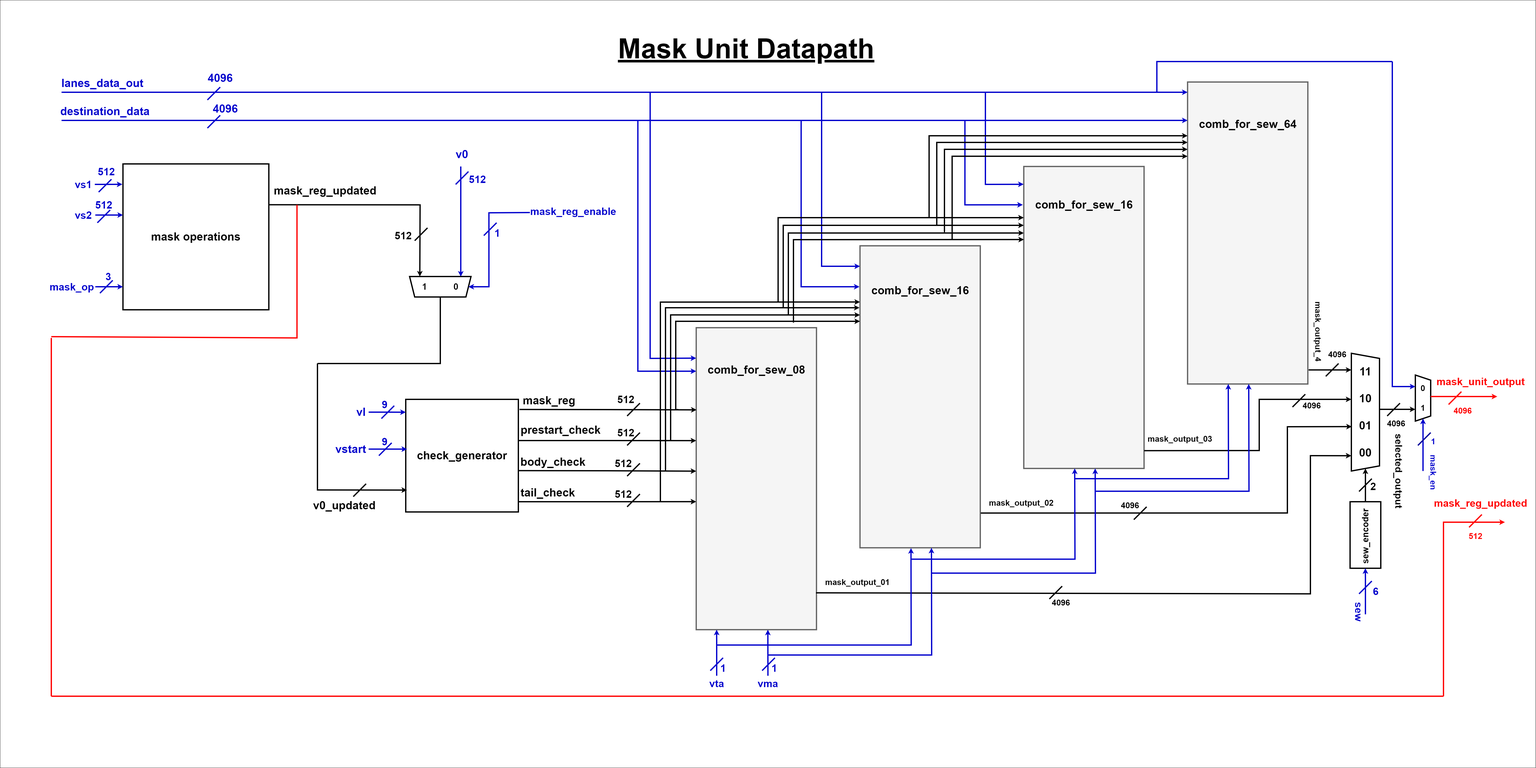
The draw.io diagram docs/maskunit_docs/vector_mask_unit_datapath.png in Fazail333/Vector-Co-processor, before a commit. Source tidied: cells renumbered, new cells last; positions are measured from the earlier drawing's top-left corner, leaving out a move shared by most shapes.
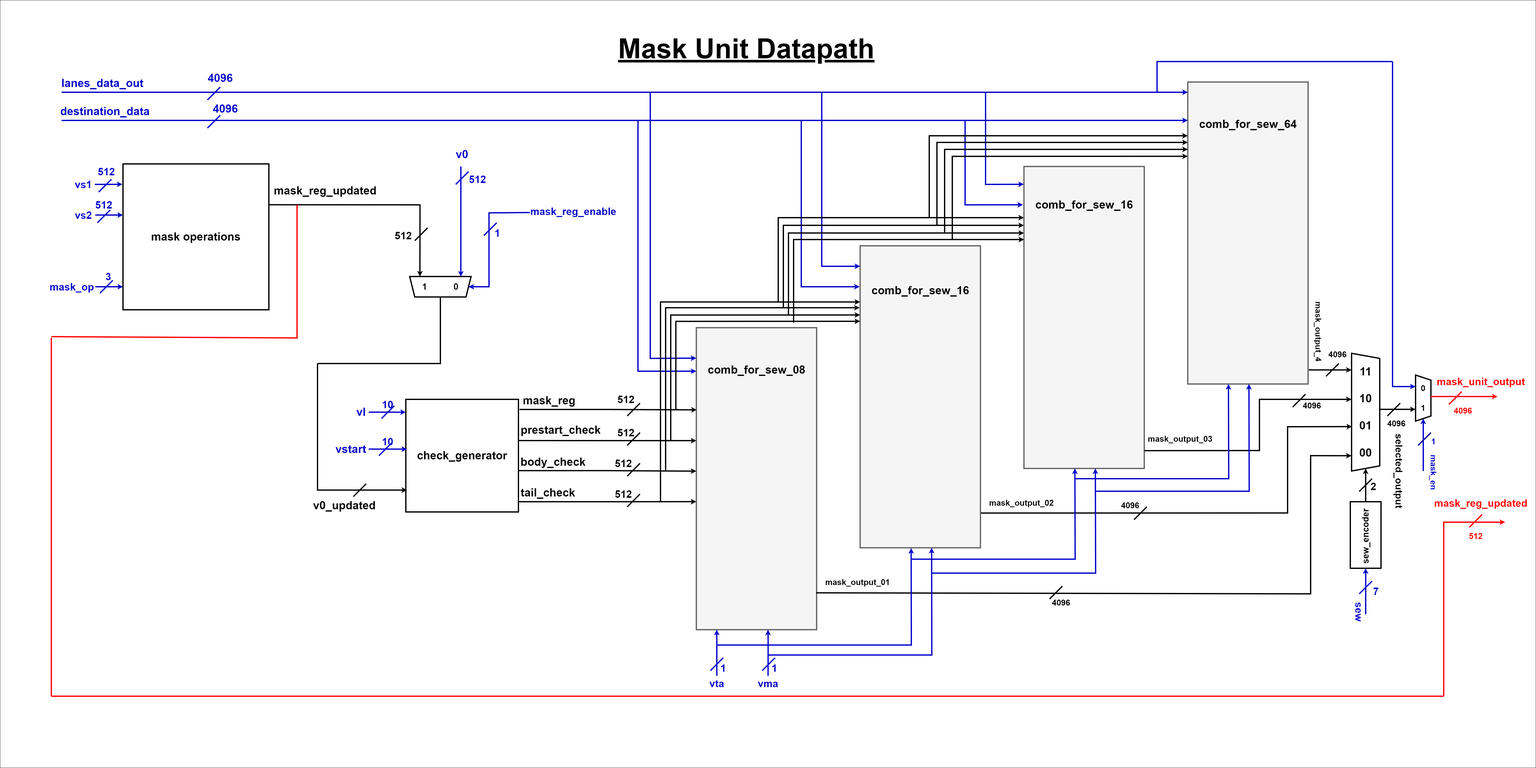
Above is the later version.

What changed in the source:
```diff
@@ -415,7 +415,7 @@
     <mxCell id="82" value="&lt;b&gt;&lt;font style=&quot;font-size: 40px;&quot;&gt;2&lt;/font&gt;&lt;/b&gt;" style="text;html=1;align=center;verticalAlign=middle;strokeColor=none;fillColor=none;" parent="1" vertex="1">
       <mxGeometry x="5340" y="1870" width="50" height="60" as="geometry" />
     </mxCell>
-    <mxCell id="83" value="&lt;b&gt;&lt;font color=&quot;#0000cc&quot; style=&quot;font-size: 40px;&quot;&gt;6&lt;/font&gt;&lt;/b&gt;" style="text;html=1;align=center;verticalAlign=middle;strokeColor=none;fillColor=none;" parent="1" vertex="1">
+    <mxCell id="83" value="&lt;b&gt;&lt;font color=&quot;#0000cc&quot; style=&quot;font-size: 40px;&quot;&gt;7&lt;/font&gt;&lt;/b&gt;" style="text;html=1;align=center;verticalAlign=middle;strokeColor=none;fillColor=none;" parent="1" vertex="1">
       <mxGeometry x="5350" y="2280" width="50" height="60" as="geometry" />
     </mxCell>
     <mxCell id="84" value="&lt;b&gt;&lt;font color=&quot;#0000cc&quot; style=&quot;font-size: 40px;&quot;&gt;sew&lt;/font&gt;&lt;/b&gt;" style="text;html=1;align=center;verticalAlign=middle;strokeColor=none;fillColor=none;rotation=90;" parent="1" vertex="1">
@@ -698,10 +698,10 @@
         <mxPoint x="1540" y="1585" as="targetPoint" />
       </mxGeometry>
     </mxCell>
-    <mxCell id="139" value="&lt;b&gt;&lt;font color=&quot;#0000cc&quot; style=&quot;font-size: 40px;&quot;&gt;9&lt;/font&gt;&lt;/b&gt;" style="text;whiteSpace=wrap;html=1;" parent="1" vertex="1">
+    <mxCell id="139" value="&lt;b&gt;&lt;font color=&quot;#0000cc&quot; style=&quot;font-size: 40px;&quot;&gt;10&lt;/font&gt;&lt;/b&gt;" style="text;whiteSpace=wrap;html=1;" parent="1" vertex="1">
       <mxGeometry x="1490" y="1550" width="50" height="40" as="geometry" />
     </mxCell>
-    <mxCell id="140" value="&lt;b&gt;&lt;font color=&quot;#0000cc&quot; style=&quot;font-size: 40px;&quot;&gt;9&lt;/font&gt;&lt;/b&gt;" style="text;whiteSpace=wrap;html=1;" parent="1" vertex="1">
+    <mxCell id="140" value="&lt;b&gt;&lt;font color=&quot;#0000cc&quot; style=&quot;font-size: 40px;&quot;&gt;10&lt;/font&gt;&lt;/b&gt;" style="text;whiteSpace=wrap;html=1;" parent="1" vertex="1">
       <mxGeometry x="1490" y="1695" width="50" height="40" as="geometry" />
     </mxCell>
     <mxCell id="141" style="endArrow=none;html=1;rounded=0;strokeWidth=5;strokeColor=#0000CC;" parent="1" edge="1">
```
